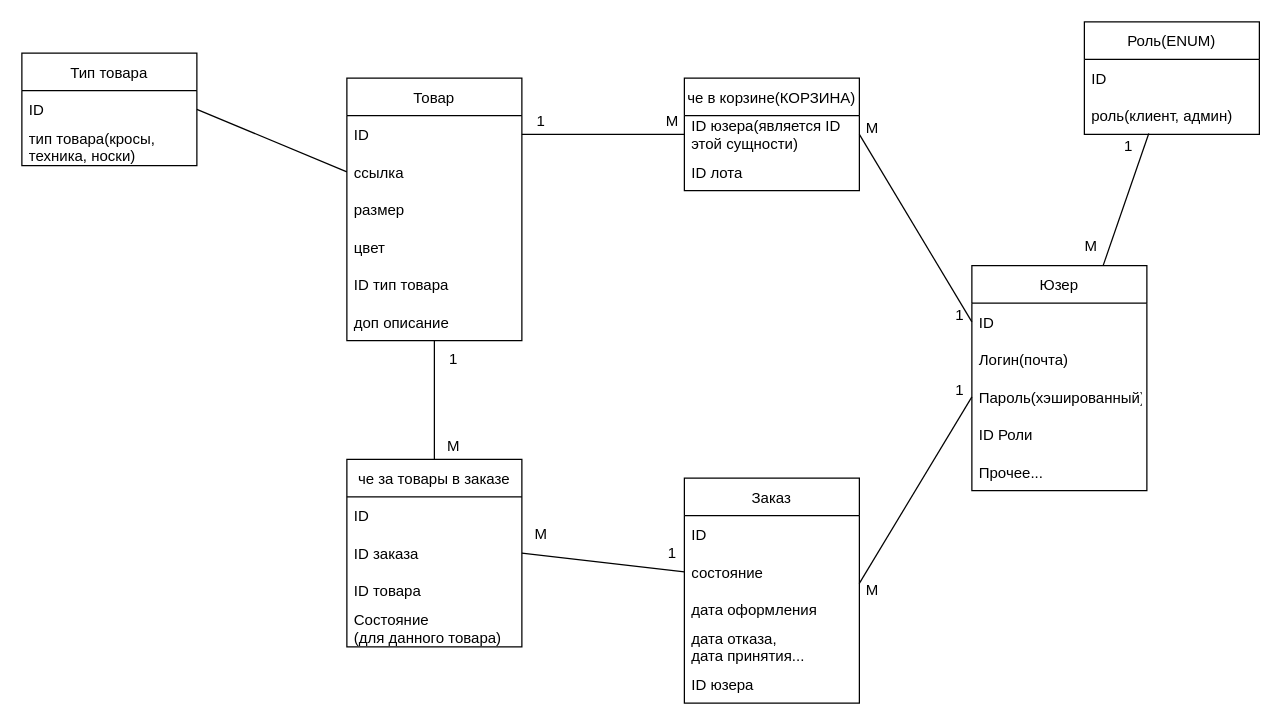
The draw.io diagram business-project-data-structure.drawio in mobile-avengers/backend, before the edit. Source tidied: cells renumbered, new cells numbered last; positions are measured from the earlier drawing's top-left corner, leaving out a move shared by most shapes. Both pictures are drawn from the tidied source at 125%, with x=0, y=0 at pixel (21, 21).
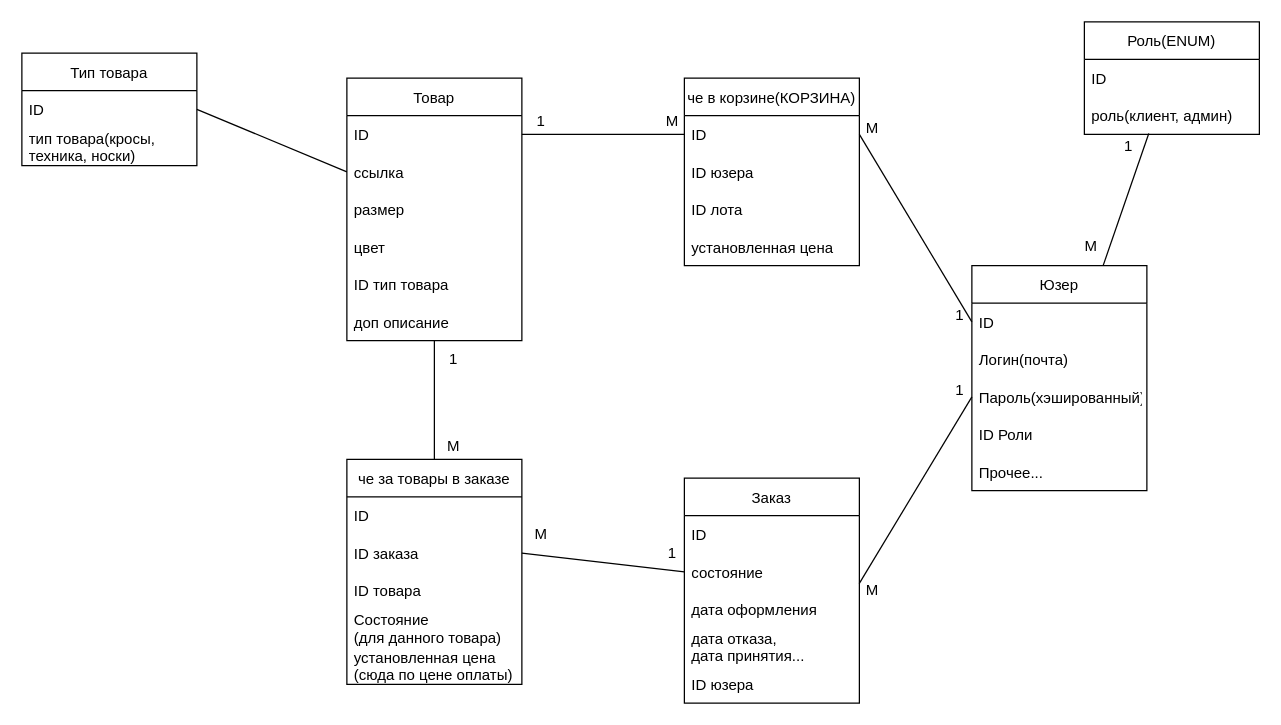
The same diagram, later.

Commit message:
draw io update about database objects structure

The edit, as a diff of the source:
```diff
@@
     <mxCell id="9" value="че в корзине(КОРЗИНА)" style="swimlane;fontStyle=0;horizontal=1;startSize=30;" parent="1" vertex="1">
-      <mxGeometry x="530" y="45" width="140" height="90" as="geometry" />
+      <mxGeometry x="530" y="45" width="140" height="150" as="geometry" />
     </mxCell>
-    <mxCell id="10" value="ID юзера(является ID &#10;этой сущности)" style="text;strokeColor=none;fillColor=none;align=left;verticalAlign=middle;spacingLeft=4;spacingRight=4;overflow=hidden;points=[[0,0.5],[1,0.5]];portConstraint=eastwest;" parent="9" vertex="1">
+    <mxCell id="10" value="ID" style="text;strokeColor=none;fillColor=none;align=left;verticalAlign=middle;spacingLeft=4;spacingRight=4;overflow=hidden;points=[[0,0.5],[1,0.5]];portConstraint=eastwest;" parent="9" vertex="1">
       <mxGeometry y="30" width="140" height="30" as="geometry" />
     </mxCell>
+    <mxCell id="54" value="ID юзера" style="text;strokeColor=none;fillColor=none;align=left;verticalAlign=middle;spacingLeft=4;spacingRight=4;overflow=hidden;" parent="9" vertex="1">
+      <mxGeometry y="60" width="140" height="30" as="geometry" />
+    </mxCell>
     <mxCell id="11" value="ID лота" style="text;strokeColor=none;fillColor=none;align=left;verticalAlign=middle;spacingLeft=4;spacingRight=4;overflow=hidden;" parent="9" vertex="1">
-      <mxGeometry y="60" width="140" height="30" as="geometry" />
+      <mxGeometry y="90" width="140" height="30" as="geometry" />
     </mxCell>
+    <mxCell id="55" value="установленная цена" style="text;strokeColor=none;fillColor=none;align=left;verticalAlign=middle;spacingLeft=4;spacingRight=4;overflow=hidden;" parent="9" vertex="1">
+      <mxGeometry y="120" width="140" height="30" as="geometry" />
+    </mxCell>
@@
     <mxCell id="18" value="че за товары в заказе" style="swimlane;fontStyle=0;horizontal=1;startSize=30;" parent="1" vertex="1">
-      <mxGeometry x="260" y="350" width="140" height="150" as="geometry" />
+      <mxGeometry x="260" y="350" width="140" height="180" as="geometry" />
     </mxCell>
@@
+    <mxCell id="56" value="установленная цена&#10;(сюда по цене оплаты)" style="text;strokeColor=none;fillColor=none;align=left;verticalAlign=middle;spacingLeft=4;spacingRight=4;overflow=hidden;" parent="18" vertex="1">
+      <mxGeometry y="150" width="140" height="30" as="geometry" />
+    </mxCell>
```
